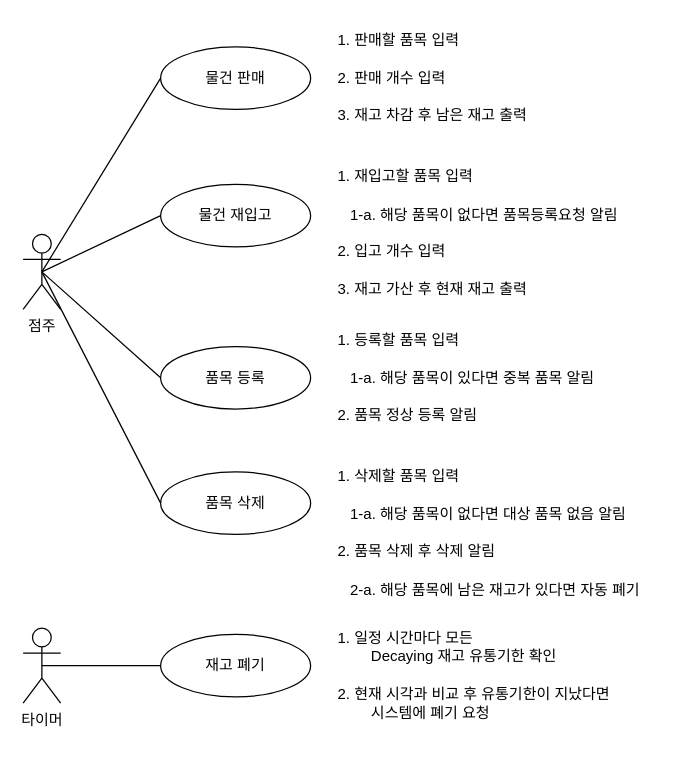
The draw.io diagram docs/diagrams/UserDiagram.drawio in MintBee/HolubSQL, before the edit. Source tidied: cells renumbered, new cells numbered last; positions are measured from the earlier drawing's top-left corner, leaving out a move shared by most shapes. Both pictures are drawn from the tidied source at 125%, with x=0, y=0 at pixel (22, 21).
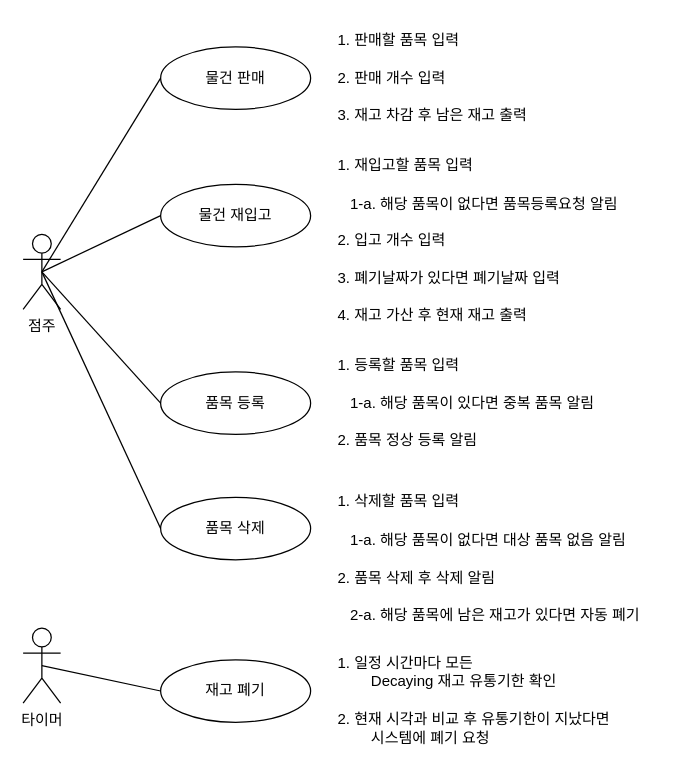
After the change.

The edit, as a diff of the source:
```diff
@@
     <mxCell id="5" value="품목 등록" style="ellipse;whiteSpace=wrap;html=1;" parent="1" vertex="1">
-      <mxGeometry x="110" y="259.7" width="120" height="50" as="geometry" />
+      <mxGeometry x="110" y="280" width="120" height="50" as="geometry" />
     </mxCell>
     <mxCell id="6" value="품목 삭제" style="ellipse;whiteSpace=wrap;html=1;" parent="1" vertex="1">
-      <mxGeometry x="110" y="360" width="120" height="50" as="geometry" />
+      <mxGeometry x="110" y="380.3" width="120" height="50" as="geometry" />
     </mxCell>
     <mxCell id="7" value="재고 폐기" style="ellipse;whiteSpace=wrap;html=1;" parent="1" vertex="1">
-      <mxGeometry x="110" y="490" width="120" height="50" as="geometry" />
+      <mxGeometry x="110" y="510.3" width="120" height="50" as="geometry" />
     </mxCell>
@@
     <mxCell id="17" value="1. 재입고할 품목 입력" style="text;html=1;strokeColor=none;fillColor=none;align=left;verticalAlign=middle;whiteSpace=wrap;rounded=0;" parent="1" vertex="1">
-      <mxGeometry x="250" y="109.3" width="150" height="30" as="geometry" />
+      <mxGeometry x="250" y="100" width="150" height="30" as="geometry" />
     </mxCell>
     <mxCell id="18" value="1-a. 해당 품목이 없다면 품목등록요청 알림" style="text;html=1;strokeColor=none;fillColor=none;align=left;verticalAlign=middle;whiteSpace=wrap;rounded=0;" parent="1" vertex="1">
-      <mxGeometry x="260" y="140" width="250" height="30" as="geometry" />
+      <mxGeometry x="260" y="130.7" width="250" height="30" as="geometry" />
     </mxCell>
     <mxCell id="19" value="2. 입고 개수 입력" style="text;html=1;strokeColor=none;fillColor=none;align=left;verticalAlign=middle;whiteSpace=wrap;rounded=0;" parent="1" vertex="1">
-      <mxGeometry x="250" y="169.3" width="150" height="30" as="geometry" />
+      <mxGeometry x="250" y="160" width="150" height="30" as="geometry" />
     </mxCell>
-    <mxCell id="20" value="3. 재고 가산 후 현재 재고 출력" style="text;html=1;strokeColor=none;fillColor=none;align=left;verticalAlign=middle;whiteSpace=wrap;rounded=0;" parent="1" vertex="1">
-      <mxGeometry x="250" y="199.3" width="170" height="30" as="geometry" />
+    <mxCell id="20" value="3. 폐기날짜가 있다면 폐기날짜 입력" style="text;html=1;strokeColor=none;fillColor=none;align=left;verticalAlign=middle;whiteSpace=wrap;rounded=0;" parent="1" vertex="1">
+      <mxGeometry x="250" y="190" width="240" height="30" as="geometry" />
     </mxCell>
     <mxCell id="21" value="1. 등록할 품목 입력" style="text;html=1;strokeColor=none;fillColor=none;align=left;verticalAlign=middle;whiteSpace=wrap;rounded=0;" parent="1" vertex="1">
-      <mxGeometry x="250" y="239.7" width="150" height="30" as="geometry" />
+      <mxGeometry x="250" y="260" width="150" height="30" as="geometry" />
     </mxCell>
     <mxCell id="22" value="2. 품목 정상 등록 알림" style="text;html=1;strokeColor=none;fillColor=none;align=left;verticalAlign=middle;whiteSpace=wrap;rounded=0;" parent="1" vertex="1">
-      <mxGeometry x="250" y="300" width="170" height="30" as="geometry" />
+      <mxGeometry x="250" y="320.3" width="170" height="30" as="geometry" />
     </mxCell>
     <mxCell id="23" value="1-a. 해당 품목이 있다면 중복 품목 알림" style="text;html=1;strokeColor=none;fillColor=none;align=left;verticalAlign=middle;whiteSpace=wrap;rounded=0;" parent="1" vertex="1">
-      <mxGeometry x="260" y="270" width="250" height="30" as="geometry" />
+      <mxGeometry x="260" y="290.3" width="250" height="30" as="geometry" />
     </mxCell>
     <mxCell id="24" value="1. 삭제할 품목 입력" style="text;html=1;strokeColor=none;fillColor=none;align=left;verticalAlign=middle;whiteSpace=wrap;rounded=0;" parent="1" vertex="1">
-      <mxGeometry x="250" y="349.1" width="150" height="30" as="geometry" />
+      <mxGeometry x="250" y="369.4" width="150" height="30" as="geometry" />
     </mxCell>
     <mxCell id="25" value="2. 품목 삭제 후 삭제 알림" style="text;html=1;strokeColor=none;fillColor=none;align=left;verticalAlign=middle;whiteSpace=wrap;rounded=0;" parent="1" vertex="1">
-      <mxGeometry x="250" y="409.4" width="170" height="30" as="geometry" />
+      <mxGeometry x="250" y="429.8" width="170" height="30" as="geometry" />
     </mxCell>
     <mxCell id="26" value="1-a. 해당 품목이 없다면 대상 품목 없음 알림" style="text;html=1;strokeColor=none;fillColor=none;align=left;verticalAlign=middle;whiteSpace=wrap;rounded=0;" parent="1" vertex="1">
-      <mxGeometry x="260" y="379.4" width="250" height="30" as="geometry" />
+      <mxGeometry x="260" y="399.8" width="250" height="30" as="geometry" />
     </mxCell>
     <mxCell id="27" value="2-a. 해당 품목에 남은 재고가 있다면 자동 폐기" style="text;html=1;strokeColor=none;fillColor=none;align=left;verticalAlign=middle;whiteSpace=wrap;rounded=0;" parent="1" vertex="1">
-      <mxGeometry x="260" y="440" width="250" height="30" as="geometry" />
+      <mxGeometry x="260" y="460.3" width="250" height="30" as="geometry" />
     </mxCell>
     <mxCell id="28" value="1. 일정 시간마다 모든 &lt;br&gt;&lt;span style=&quot;white-space: pre;&quot;&gt;&#9;&lt;/span&gt;Decaying 재고 유통기한 확인" style="text;html=1;strokeColor=none;fillColor=none;align=left;verticalAlign=middle;whiteSpace=wrap;rounded=0;" parent="1" vertex="1">
-      <mxGeometry x="250" y="485" width="229" height="30" as="geometry" />
+      <mxGeometry x="250" y="505.3" width="229" height="30" as="geometry" />
     </mxCell>
     <mxCell id="29" value="2. 현재 시각과 비교 후 유통기한이 지났다면&lt;br&gt;&lt;span style=&quot;white-space: pre;&quot;&gt;&#9;&lt;/span&gt;시스템에 폐기 요청" style="text;html=1;strokeColor=none;fillColor=none;align=left;verticalAlign=middle;whiteSpace=wrap;rounded=0;" parent="1" vertex="1">
-      <mxGeometry x="250" y="530" width="270" height="30" as="geometry" />
+      <mxGeometry x="250" y="550.3" width="270" height="30" as="geometry" />
     </mxCell>
+    <mxCell id="30" value="4. 재고 가산 후 현재 재고 출력" style="text;html=1;strokeColor=none;fillColor=none;align=left;verticalAlign=middle;whiteSpace=wrap;rounded=0;" parent="1" vertex="1">
+      <mxGeometry x="250" y="220" width="170" height="30" as="geometry" />
+    </mxCell>
```
